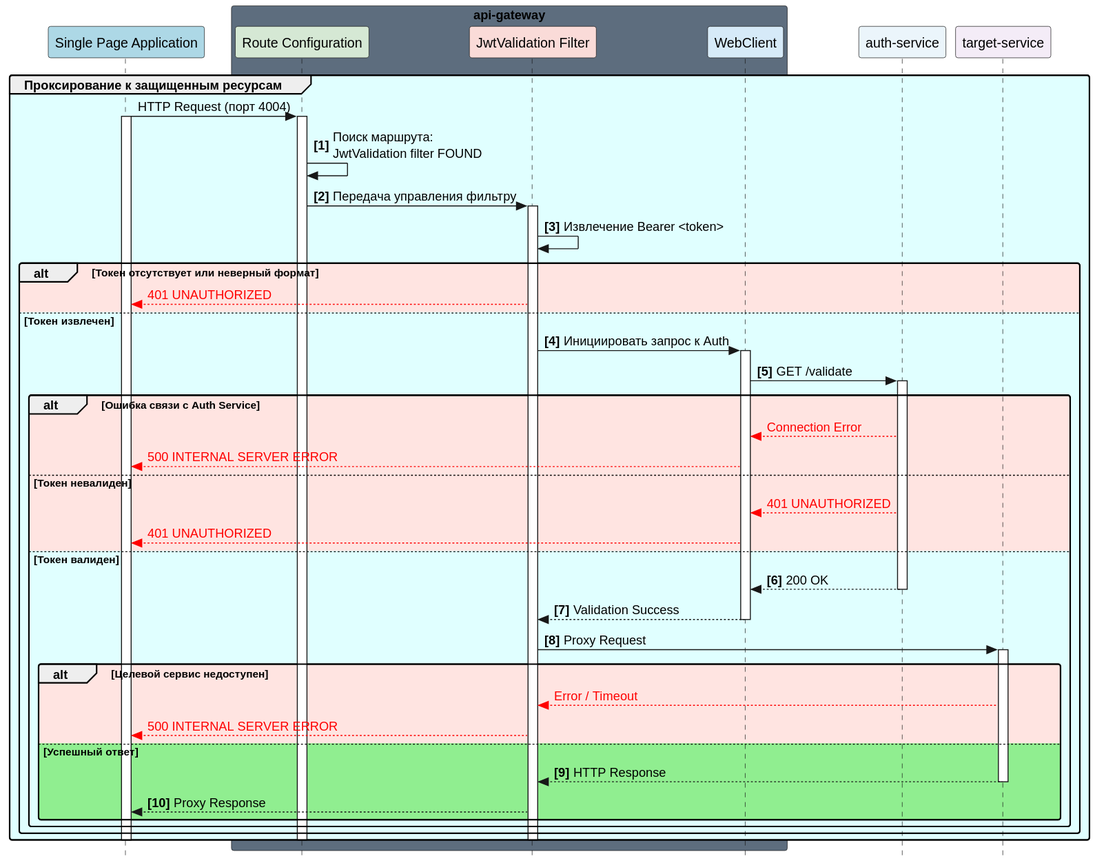
Above: Docs/As-is/Diagrams/APIGateway.validate.svg in ni1a207/Healthcare-System (PlantUML), before the change.
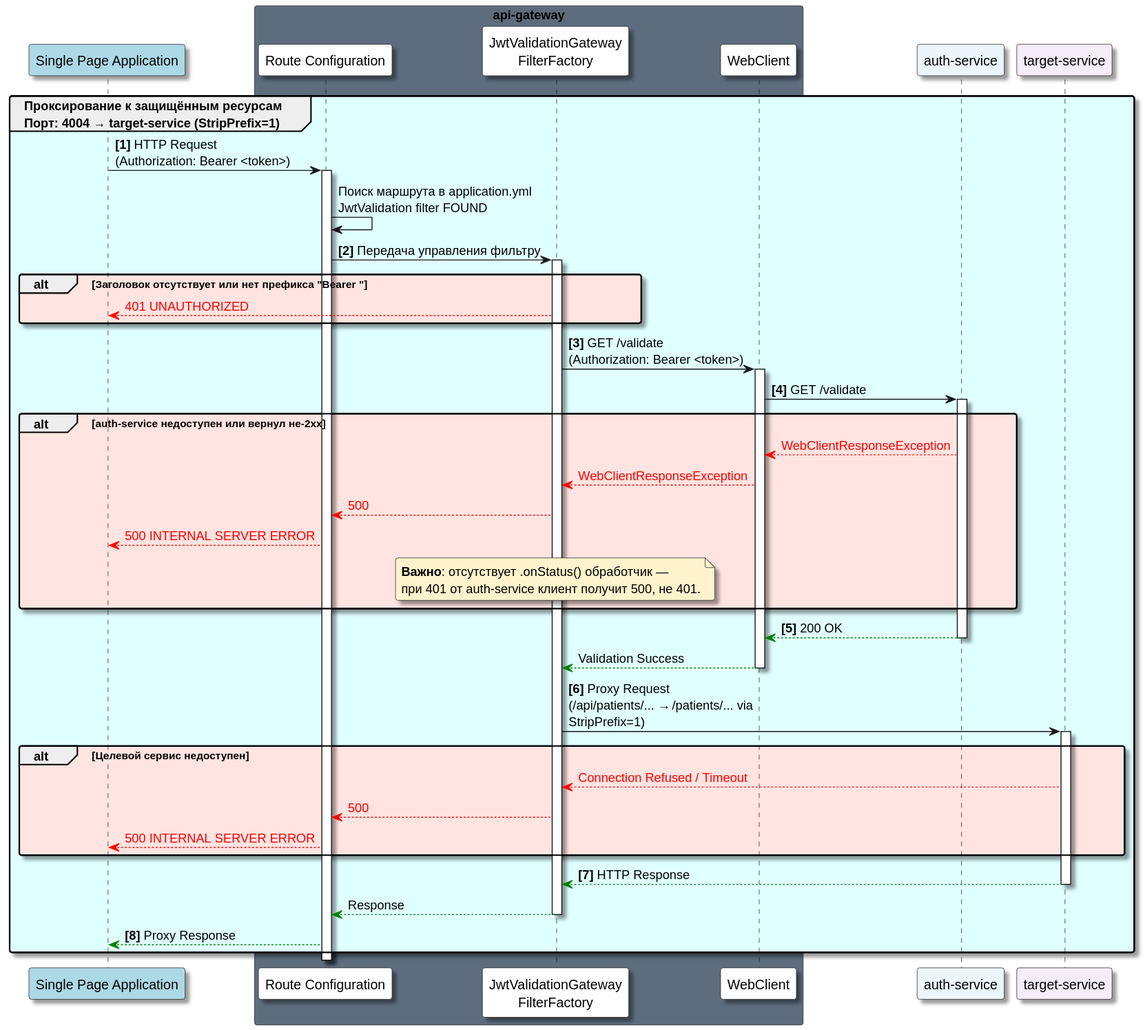
Later version of the same file.

Change to the diagram source:
```diff
@@ -2,83 +2,54 @@
 skinparam Shadowing true
 skinparam RoundCorner 5
 skinparam MaxMessageSize 250
-skinparam Style strictuml
 
 participant "Single Page Application" as SPA #LightBlue
 
-box "api-gateway"#5D6D7E
-    participant "Route Configuration" as RC #D5E8D4
-    participant "JwtValidation Filter" as Filter #FADBD8
-    participant "WebClient" as WC #D6EAF8
+box "api-gateway" #5D6D7E
+    participant "Route Configuration" as RC #White
+    participant "JwtValidationGateway\nFilterFactory" as Filter #White
+    participant "WebClient" as WC #White
 end box
 
 participant "auth-service" as Auth #EBF5FB
 participant "target-service" as TS #F4ECF7
 
-autonumber "<b>[0]</b>"
-autonumber stop
+group #LightCyan Проксирование к защищённым ресурсам\nПорт: 4004 → target-service (StripPrefix=1)
 
-group #LightCyan Проксирование к защищенным ресурсам
-    SPA -> RC: HTTP Request (порт 4004)
-    activate SPA
-    activate RC
+    SPA -> RC ++: **[1]** HTTP Request\n(Authorization: Bearer <token>)
+    RC -> RC: Поиск маршрута в application.yml\nJwtValidation filter FOUND
 
-autonumber resume
-    RC -> RC: Поиск маршрута:\nJwtValidation filter FOUND
+    RC -> Filter ++: **[2]** Передача управления фильтру
 
-    RC -> Filter: Передача управления фильтру
-    activate Filter
-
-    Filter -> Filter: Извлечение Bearer <token>
-
-    alt #MistyRose Токен отсутствует или неверный формат
-        autonumber stop
+    alt #MistyRose Заголовок отсутствует или нет префикса "Bearer "
         Filter --[#red]> SPA: <color:#red>401 UNAUTHORIZED</color>
-        autonumber resume
-    else #LightCyan Токен извлечен
-
-        Filter -> WC: Инициировать запрос к Auth
-        activate WC
-
-        WC -> Auth: GET /validate
-        activate Auth
-
-        alt #MistyRose Ошибка связи с Auth Service
-            autonumber stop
-            Auth --[#red]> WC: <color:#red>Connection Error</color>
-            WC --[#red]> SPA: <color:#red>500 INTERNAL SERVER ERROR</color>
-            autonumber resume
-        else #MistyRose Токен невалиден
-            autonumber stop
-            Auth --[#red]> WC: <color:#red>401 UNAUTHORIZED</color>
-            WC --[#red]> SPA: <color:#red>401 UNAUTHORIZED</color>
-            autonumber resume
-        else #LightCyan Токен валиден
-            Auth --> WC: 200 OK
-            deactivate Auth
-
-            WC --> Filter: Validation Success
-            deactivate WC
-
-            Filter -> TS: Proxy Request
-            activate TS
-
-            alt #MistyRose Целевой сервис недоступен
-                autonumber stop
-                TS --[#red]> Filter: <color:#red>Error / Timeout</color>
-                Filter --[#red]> SPA: <color:#red>500 INTERNAL SERVER ERROR</color>
-                autonumber resume
-            else #LightGreen Успешный ответ
-                TS --> Filter: HTTP Response
-                deactivate TS
-
-                Filter --> SPA: Proxy Response
-            end
-        end
     end
 
-    deactivate Filter
-    deactivate RC
-    deactivate SPA
+    Filter -> WC ++: **[3]** GET /validate\n(Authorization: Bearer <token>)
+    WC -> Auth ++: **[4]** GET /validate
+
+    alt #MistyRose auth-service недоступен или вернул не-2xx
+        Auth --[#red]> WC: <color:#red>WebClientResponseException</color>
+        WC --[#red]> Filter: <color:#red>WebClientResponseException</color>
+        Filter --[#red]> RC: <color:#red>500</color>
+        RC --[#red]> SPA: <color:#red>500 INTERNAL SERVER ERROR</color>
+        note over Filter #FFF3CD: **Важно**: отсутствует .onStatus() обработчик —\nпри 401 от auth-service клиент получит 500, не 401.
+    end
+
+    Auth --[#green]> WC --: **[5]** 200 OK
+    WC --[#green]> Filter --: Validation Success
+
+    Filter -> TS ++: **[6]** Proxy Request\n(/api/patients/... → /patients/... via StripPrefix=1)
+
+    alt #MistyRose Целевой сервис недоступен
+        TS --[#red]> Filter: <color:#red>Connection Refused / Timeout</color>
+        Filter --[#red]> RC: <color:#red>500</color>
+        RC --[#red]> SPA: <color:#red>500 INTERNAL SERVER ERROR</color>
+    end
+
+    TS --[#green]> Filter --: **[7]** HTTP Response
+    Filter --[#green]> RC --: Response
+    RC --[#green]> SPA: **[8]** Proxy Response
+
 end
 @enduml
```
